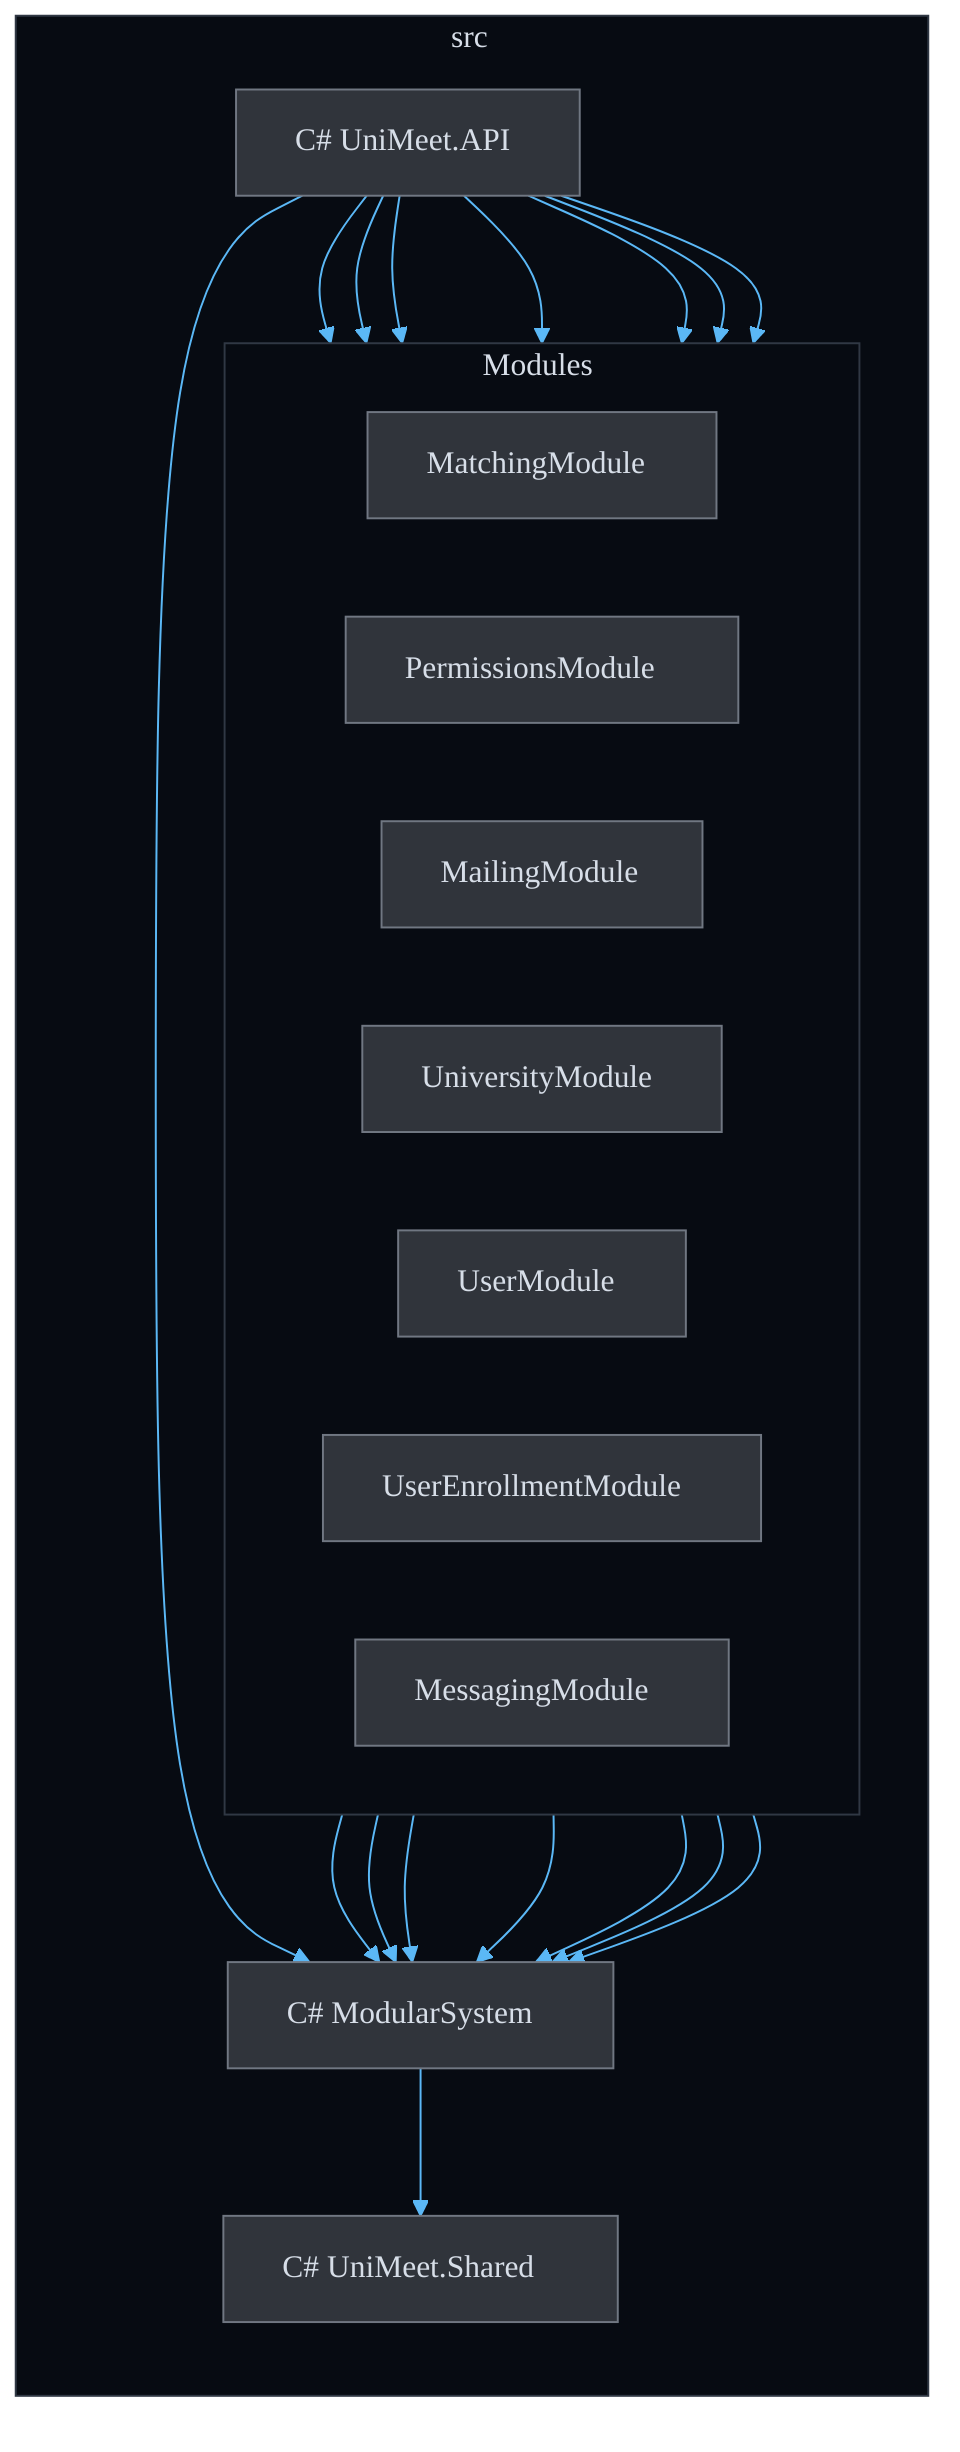
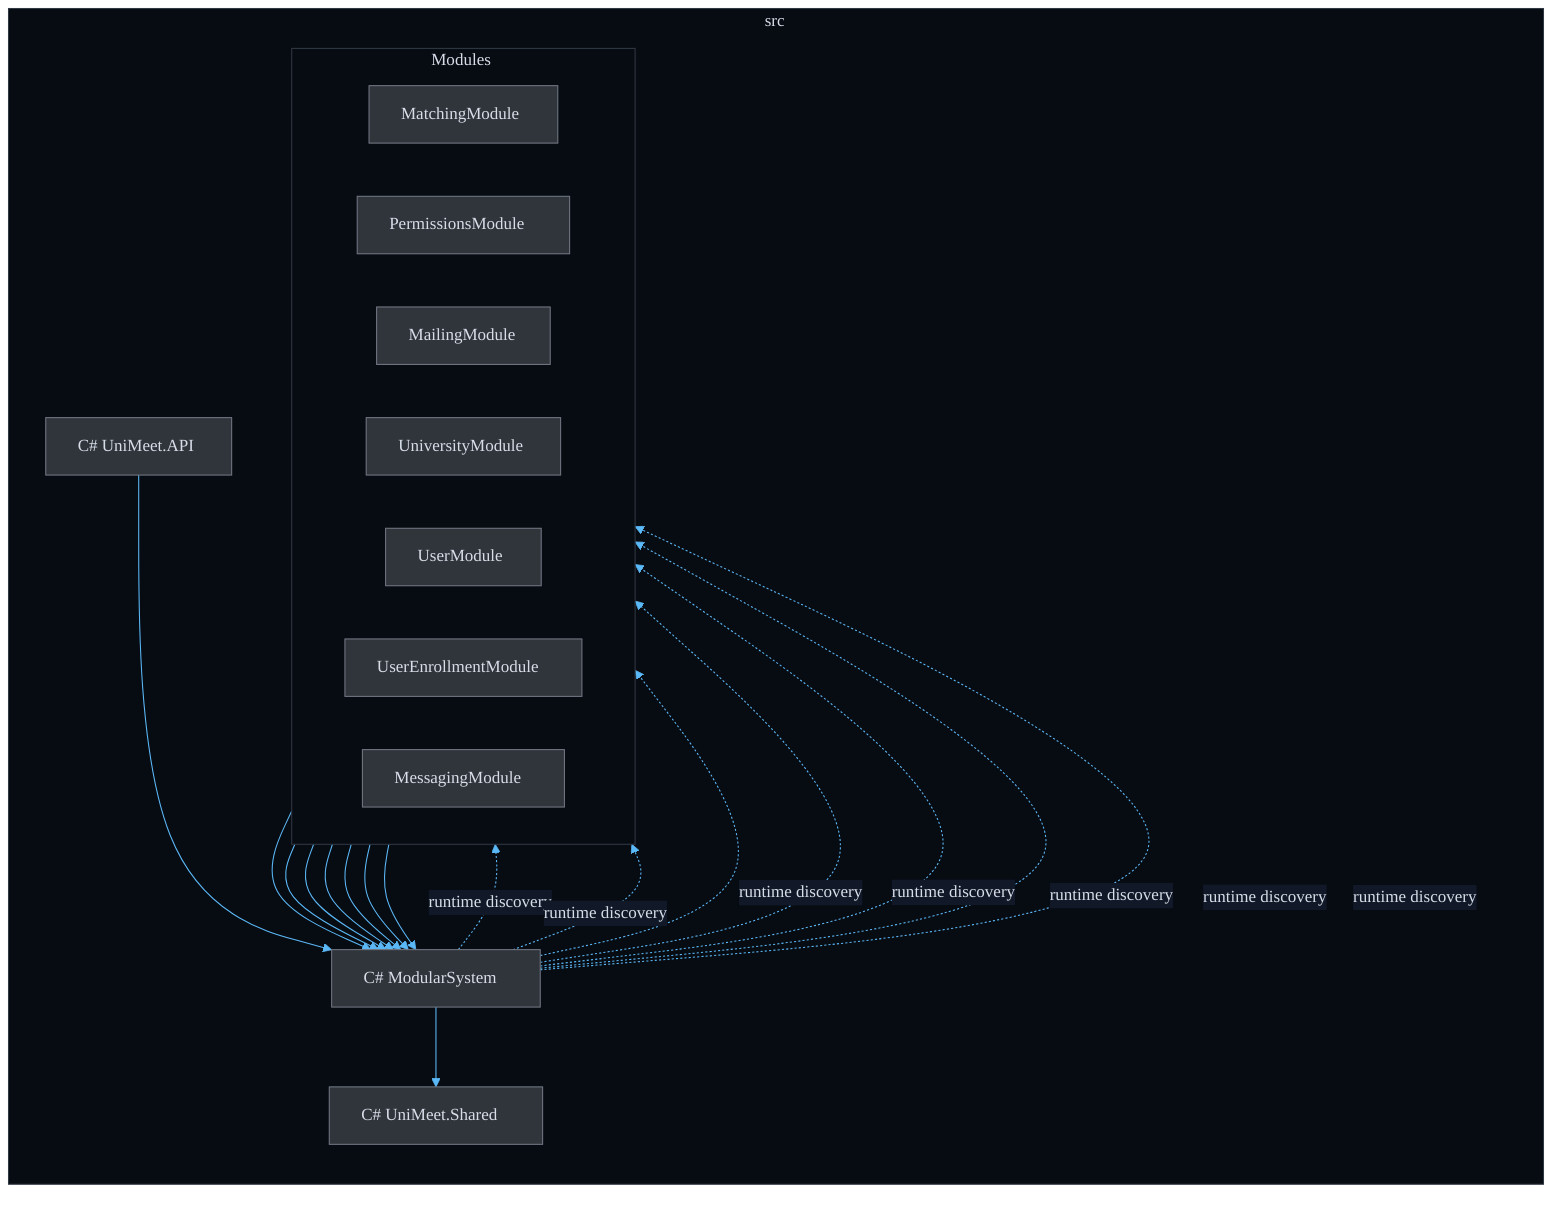
%%{init: {"theme": "base", "themeVariables": {"background": "#0b1018", "primaryColor": "#30343b", "primaryBorderColor": "#707782", "primaryTextColor": "#d7dee8", "lineColor": "#5bb8f6", "secondaryColor": "#111827", "tertiaryColor": "#151c27", "fontFamily": "Segoe UI, Arial, sans-serif"}}}%%
flowchart TB
    subgraph SRC["src"]
        direction TB

        Shared["C# UniMeet.Shared"]
        ModularSystem["C# ModularSystem"]

        subgraph Modules["Modules"]
            direction LR
            MatchingModule["MatchingModule"]
            PermissionsModule["PermissionsModule"]
            MailingModule["MailingModule"]
            UniversityModule["UniversityModule"]
            UserModule["UserModule"]
            UserEnrollmentModule["UserEnrollmentModule"]
            MessagingModule["MessagingModule"]
        end

        API["C# UniMeet.API"]
    end

    ModularSystem --> Shared

    MatchingModule --> ModularSystem
    PermissionsModule --> ModularSystem
    MailingModule --> ModularSystem
    UniversityModule --> ModularSystem
    UserModule --> ModularSystem
    UserEnrollmentModule --> ModularSystem
    MessagingModule --> ModularSystem

    API --> ModularSystem
-     API --> MatchingModule
-     API --> PermissionsModule
-     API --> MailingModule
-     API --> UniversityModule
-     API --> UserModule
-     API --> UserEnrollmentModule
-     API --> MessagingModule
+ 
+     ModularSystem -. runtime discovery .-> MatchingModule
+     ModularSystem -. runtime discovery .-> PermissionsModule
+     ModularSystem -. runtime discovery .-> MailingModule
+     ModularSystem -. runtime discovery .-> UniversityModule
+     ModularSystem -. runtime discovery .-> UserModule
+     ModularSystem -. runtime discovery .-> UserEnrollmentModule
+     ModularSystem -. runtime discovery .-> MessagingModule

    classDef project fill:#30343b,stroke:#707782,color:#d7dee8,stroke-width:1px;
    classDef boundary fill:#070b12,stroke:#303844,color:#d7dee8,stroke-width:1px;
    class API,Shared,ModularSystem,MatchingModule,PermissionsModule,MailingModule,UniversityModule,UserModule,UserEnrollmentModule,MessagingModule project;
    class SRC,Modules boundary;
